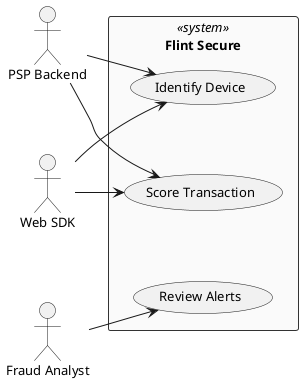
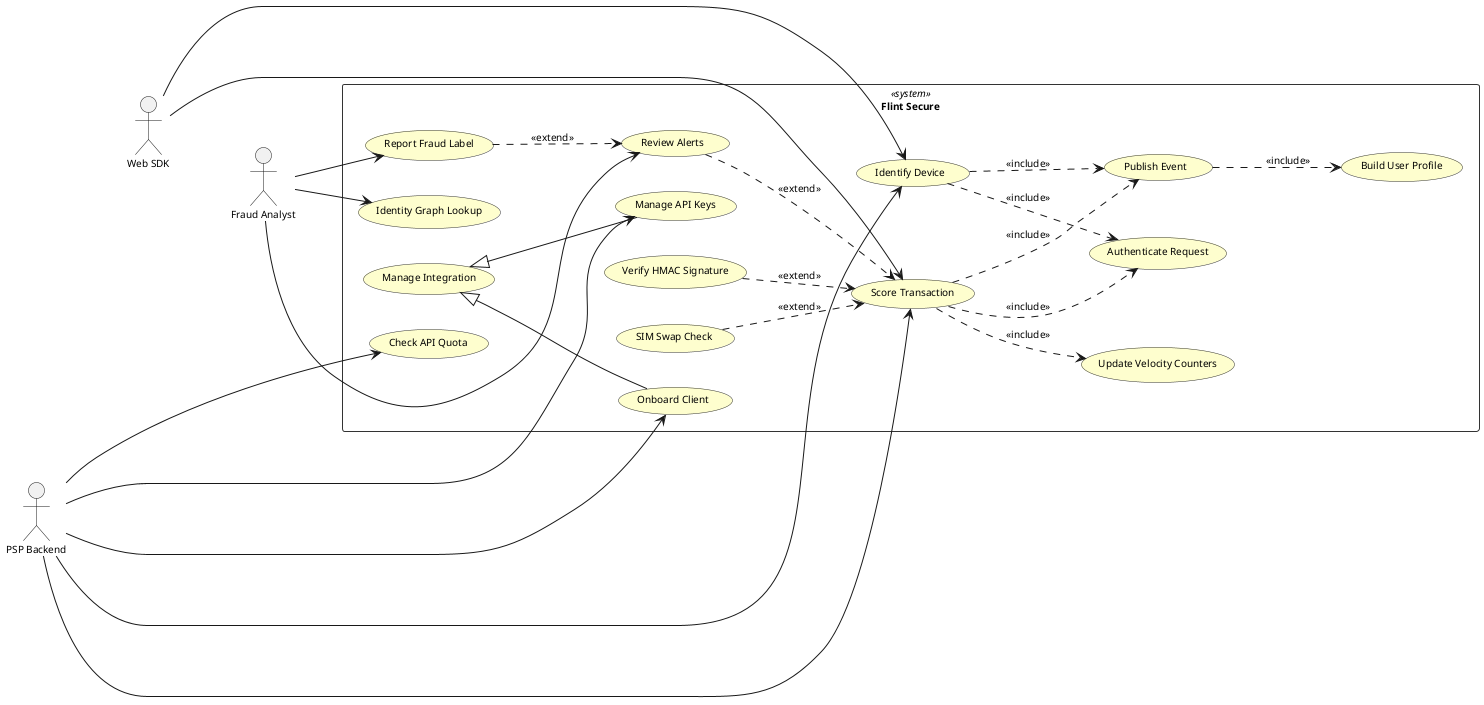
@startuml 01-use-case
- ' UML 2.0: actors outside system boundary; left-to-right layout (actors left, system right)
- ' Ref: plantuml.com/use-case-diagram, uml-diagrams.org/use-case-reference.html
+ ' UML 2.0 use case diagram — three primary actors
+ ' https://www.geeksforgeeks.org/system-design/use-case-diagram/
left to right direction
skinparam shadowing false
- skinparam nodesep 70
- skinparam ranksep 35
- skinparam defaultFontSize 13
+ skinparam defaultFontSize 10
skinparam actorStyle stickman
+ skinparam usecase {
+   BackgroundColor #FEFECE
+   BorderColor #333333
+ }
skinparam rectangle {
  BorderColor #333333
-   BackgroundColor #FAFAFA
+   BackgroundColor #FFFFFF
}

actor "PSP Backend" as PSP
actor "Web SDK" as SDK
actor "Fraud Analyst" as FA
+ PSP -[hidden]down- SDK
+ SDK -[hidden]down- FA

rectangle "Flint Secure" <<system>> {
+ 
  (Identify Device) as UC1
  (Score Transaction) as UC2
  (Review Alerts) as UC3
+   (Identity Graph Lookup) as UC6
+   (Check API Quota) as UC7
+ 
+   (Manage Integration) as UCM
+   (Manage API Keys) as UC4
+   (Onboard Client) as UC5
+   UCM <|-- UC4
+   UCM <|-- UC5
+ 
+   (Authenticate Request) as UC_AUTH
+   (Publish Event) as UC_PUB
+   (Update Velocity Counters) as UC_VEL
+   (Build User Profile) as UC_PROF
+ 
+   UC1 ..> UC_AUTH : <<include>>
+   UC2 ..> UC_AUTH : <<include>>
+   UC1 ..> UC_PUB : <<include>>
+   UC2 ..> UC_PUB : <<include>>
+   UC2 ..> UC_VEL : <<include>>
+   UC_PUB ..> UC_PROF : <<include>>
+ 
+   (Verify HMAC Signature) as UC_HMAC
+   (SIM Swap Check) as UC_SIM
+   (Report Fraud Label) as UC_FRAUD
+ 
+   UC_HMAC ..> UC2 : <<extend>>
+   UC_SIM ..> UC2 : <<extend>>
+   UC3 ..> UC2 : <<extend>>
+   UC_FRAUD ..> UC3 : <<extend>>
}

PSP --> UC1
PSP --> UC2
+ PSP --> UC4
+ PSP --> UC5
+ PSP --> UC7
SDK --> UC1
SDK --> UC2
FA --> UC3
+ FA --> UC6
+ FA --> UC_FRAUD

@enduml
